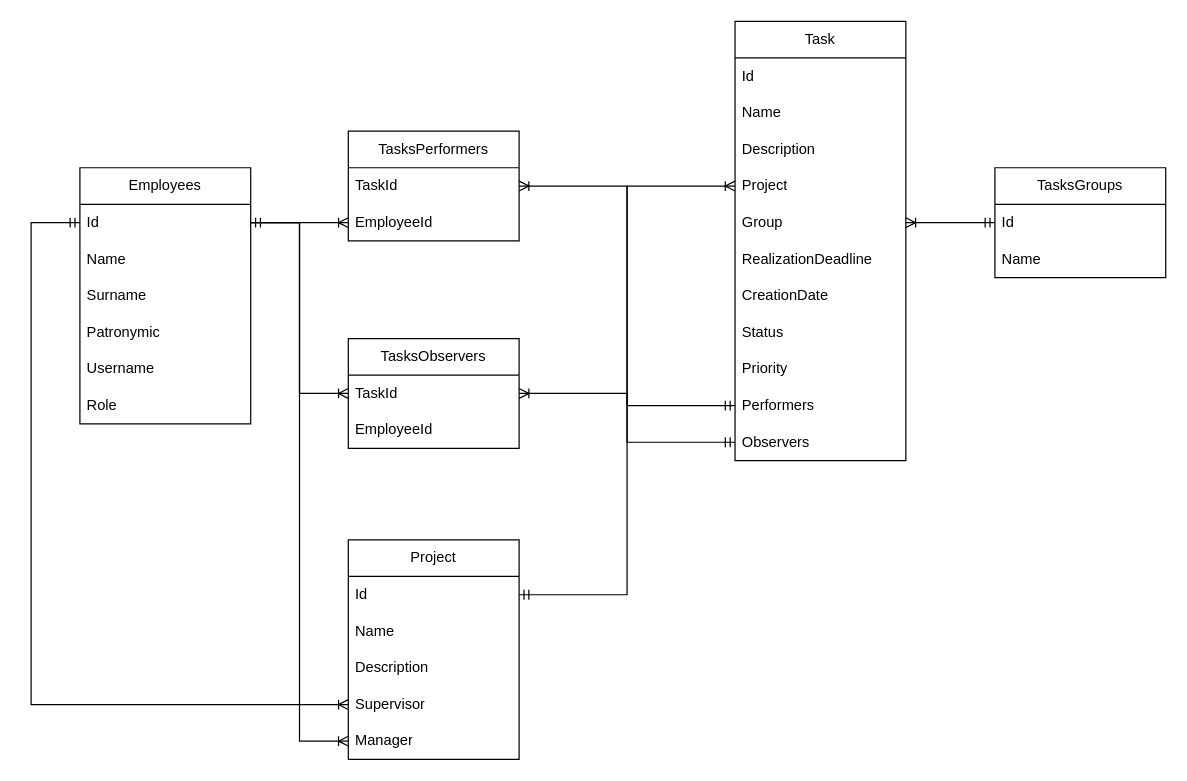
The draw.io diagram Relations.drawio in ISVMI/EmployeesTasksTracker, before the edit. Source tidied: cells renumbered, new cells numbered last; positions are measured from the earlier drawing's top-left corner, leaving out a move shared by most shapes. Both pictures are drawn from the tidied source at 122%, with x=0, y=0 at pixel (30, 21).
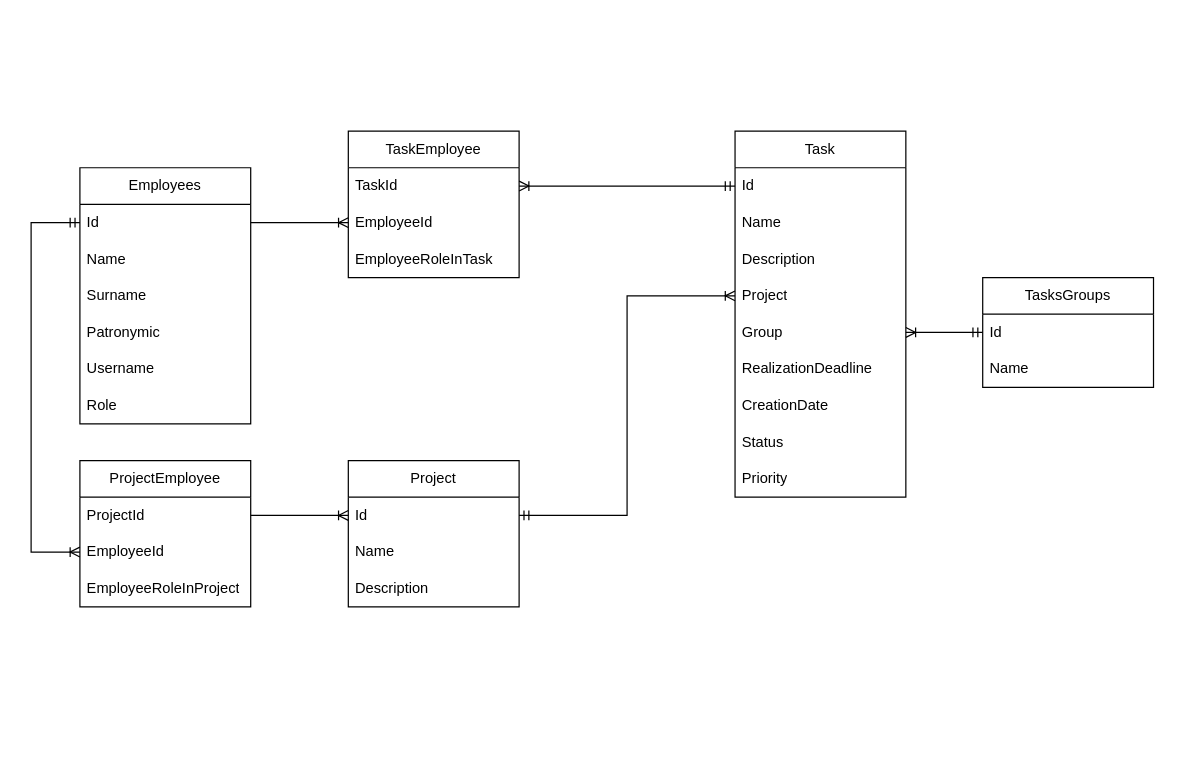
The same diagram, later.

The change refers to these unchanged cells:
```xml
<mxCell id="3" value="Id" style="text;strokeColor=none;fillColor=none;align=left;verticalAlign=middle;spacingLeft=4;spacingRight=4;overflow=hidden;points=[[0,0.5],[1,0.5]];portConstraint=eastwest;whiteSpace=wrap;html=1;" parent="2" vertex="1">
  <mxGeometry y="30" width="140" height="30" as="geometry" />
</mxCell>
<mxCell id="10" value="Id" style="text;strokeColor=none;fillColor=none;align=left;verticalAlign=middle;spacingLeft=4;spacingRight=4;overflow=hidden;points=[[0,0.5],[1,0.5]];portConstraint=eastwest;whiteSpace=wrap;html=1;" parent="9" vertex="1">
  <mxGeometry y="30" width="140" height="30" as="geometry" />
</mxCell>
<mxCell id="22" value="Id" style="text;strokeColor=none;fillColor=none;align=left;verticalAlign=middle;spacingLeft=4;spacingRight=4;overflow=hidden;points=[[0,0.5],[1,0.5]];portConstraint=eastwest;whiteSpace=wrap;html=1;" parent="21" vertex="1">
  <mxGeometry y="30" width="140" height="30" as="geometry" />
</mxCell>
<mxCell id="31" value="TaskId" style="text;strokeColor=none;fillColor=none;align=left;verticalAlign=middle;spacingLeft=4;spacingRight=4;overflow=hidden;points=[[0,0.5],[1,0.5]];portConstraint=eastwest;whiteSpace=wrap;html=1;" parent="30" vertex="1">
  <mxGeometry y="30" width="140" height="30" as="geometry" />
</mxCell>
```

Change to the diagram source:
```diff
@@
     <mxCell id="9" value="Task" style="swimlane;fontStyle=0;horizontal=1;startSize=30;whiteSpace=wrap;html=1;" parent="1" vertex="1">
-      <mxGeometry x="577" width="140" height="360" as="geometry" />
+      <mxGeometry x="577" y="90" width="140" height="300" as="geometry" />
     </mxCell>
@@
-    <mxCell id="19" value="Performers" style="text;strokeColor=none;fillColor=none;align=left;verticalAlign=middle;spacingLeft=4;spacingRight=4;overflow=hidden;points=[[0,0.5],[1,0.5]];portConstraint=eastwest;whiteSpace=wrap;html=1;" parent="9" vertex="1">
-      <mxGeometry y="300" width="140" height="30" as="geometry" />
-    </mxCell>
-    <mxCell id="20" value="Observers" style="text;strokeColor=none;fillColor=none;align=left;verticalAlign=middle;spacingLeft=4;spacingRight=4;overflow=hidden;points=[[0,0.5],[1,0.5]];portConstraint=eastwest;whiteSpace=wrap;html=1;" parent="9" vertex="1">
-      <mxGeometry y="330" width="140" height="30" as="geometry" />
-    </mxCell>
     <mxCell id="21" value="Project" style="swimlane;fontStyle=0;horizontal=1;startSize=30;whiteSpace=wrap;html=1;" parent="1" vertex="1">
-      <mxGeometry x="260" y="425" width="140" height="180" as="geometry" />
+      <mxGeometry x="260" y="360" width="140" height="120" as="geometry" />
     </mxCell>
@@
-    <mxCell id="25" value="Supervisor" style="text;strokeColor=none;fillColor=none;align=left;verticalAlign=middle;spacingLeft=4;spacingRight=4;overflow=hidden;points=[[0,0.5],[1,0.5]];portConstraint=eastwest;whiteSpace=wrap;html=1;" parent="21" vertex="1">
-      <mxGeometry y="120" width="140" height="30" as="geometry" />
-    </mxCell>
-    <mxCell id="26" value="Manager" style="text;strokeColor=none;fillColor=none;align=left;verticalAlign=middle;spacingLeft=4;spacingRight=4;overflow=hidden;points=[[0,0.5],[1,0.5]];portConstraint=eastwest;whiteSpace=wrap;html=1;" parent="21" vertex="1">
-      <mxGeometry y="150" width="140" height="30" as="geometry" />
-    </mxCell>
     <mxCell id="27" value="TasksGroups" style="swimlane;fontStyle=0;horizontal=1;startSize=30;whiteSpace=wrap;html=1;" parent="1" vertex="1">
-      <mxGeometry x="790" y="120" width="140" height="90" as="geometry" />
+      <mxGeometry x="780" y="210" width="140" height="90" as="geometry" />
     </mxCell>
@@
-    <mxCell id="30" value="TasksPerformers" style="swimlane;fontStyle=0;horizontal=1;startSize=30;whiteSpace=wrap;html=1;" parent="1" vertex="1">
-      <mxGeometry x="260" y="90" width="140" height="90" as="geometry" />
+    <mxCell id="30" value="TaskEmployee" style="swimlane;fontStyle=0;horizontal=1;startSize=30;whiteSpace=wrap;html=1;" parent="1" vertex="1">
+      <mxGeometry x="260" y="90" width="140" height="120" as="geometry" />
     </mxCell>
@@
+    <mxCell id="44" value="EmployeeRoleInTask" style="text;strokeColor=none;fillColor=none;align=left;verticalAlign=middle;spacingLeft=4;spacingRight=4;overflow=hidden;whiteSpace=wrap;html=1;" parent="30" vertex="1">
+      <mxGeometry y="90" width="140" height="30" as="geometry" />
+    </mxCell>
@@
-    <mxCell id="35" value="TasksObservers" style="swimlane;fontStyle=0;horizontal=1;startSize=30;whiteSpace=wrap;html=1;" parent="1" vertex="1">
-      <mxGeometry x="260" y="260" width="140" height="90" as="geometry" />
-    </mxCell>
-    <mxCell id="36" value="TaskId" style="text;strokeColor=none;fillColor=none;align=left;verticalAlign=middle;spacingLeft=4;spacingRight=4;overflow=hidden;points=[[0,0.5],[1,0.5]];portConstraint=eastwest;whiteSpace=wrap;html=1;" parent="35" vertex="1">
-      <mxGeometry y="30" width="140" height="30" as="geometry" />
-    </mxCell>
-    <mxCell id="37" value="EmployeeId" style="text;strokeColor=none;fillColor=none;align=left;verticalAlign=middle;spacingLeft=4;spacingRight=4;overflow=hidden;points=[[0,0.5],[1,0.5]];portConstraint=eastwest;whiteSpace=wrap;html=1;" parent="35" vertex="1">
-      <mxGeometry y="60" width="140" height="30" as="geometry" />
-    </mxCell>
-    <mxCell id="38" style="edgeStyle=orthogonalEdgeStyle;rounded=0;jettySize=auto;html=1;entryX=0;entryY=0.5;entryDx=0;entryDy=0;endArrow=ERoneToMany;endFill=0;startArrow=ERmandOne;startFill=0;" parent="1" edge="1" source="3" target="25">
+    <mxCell id="38" style="edgeStyle=orthogonalEdgeStyle;rounded=0;jettySize=auto;html=1;entryX=0;entryY=0.5;entryDx=0;entryDy=0;endArrow=ERoneToMany;endFill=0;startArrow=ERmandOne;startFill=0;" parent="1" edge="1" source="3" target="37">
       <mxGeometry relative="1" as="geometry">
         <Array as="points">
           <mxPoint y="165" />
-          <mxPoint y="560" />
+          <mxPoint y="435" />
         </Array>
       </mxGeometry>
     </mxCell>
-    <mxCell id="39" style="edgeStyle=orthogonalEdgeStyle;rounded=0;jettySize=auto;html=1;endArrow=ERoneToMany;endFill=0;" parent="1" edge="1" source="3" target="26">
+    <mxCell id="39" style="edgeStyle=orthogonalEdgeStyle;rounded=0;jettySize=auto;html=1;endArrow=ERoneToMany;endFill=0;exitX=1;exitY=0.5;exitDx=0;exitDy=0;entryX=0;entryY=0.5;entryDx=0;entryDy=0;" parent="1" edge="1" source="46" target="22">
       <mxGeometry relative="1" as="geometry" />
     </mxCell>
-    <mxCell id="40" style="edgeStyle=orthogonalEdgeStyle;rounded=0;jettySize=auto;html=1;entryX=0;entryY=0.5;entryDx=0;entryDy=0;endArrow=ERoneToMany;endFill=0;startArrow=ERmandOne;startFill=0;" parent="1" edge="1" source="3" target="36">
-      <mxGeometry relative="1" as="geometry" />
-    </mxCell>
@@
-    <mxCell id="42" style="edgeStyle=orthogonalEdgeStyle;rounded=0;jettySize=auto;html=1;entryX=1;entryY=0.5;entryDx=0;entryDy=0;endArrow=ERoneToMany;endFill=0;startArrow=ERmandOne;startFill=0;" parent="1" edge="1" source="19" target="31">
-      <mxGeometry relative="1" as="geometry" />
+    <mxCell id="42" style="edgeStyle=orthogonalEdgeStyle;rounded=0;jettySize=auto;html=1;entryX=1;entryY=0.5;entryDx=0;entryDy=0;endArrow=ERoneToMany;endFill=0;startArrow=ERmandOne;startFill=0;exitX=0;exitY=0.5;exitDx=0;exitDy=0;" parent="1" edge="1" source="10" target="31">
+      <mxGeometry relative="1" as="geometry">
+        <Array as="points">
+          <mxPoint x="577" y="135" />
+        </Array>
+      </mxGeometry>
     </mxCell>
-    <mxCell id="43" style="edgeStyle=orthogonalEdgeStyle;rounded=0;jettySize=auto;html=1;entryX=1;entryY=0.5;entryDx=0;entryDy=0;endArrow=ERoneToMany;endFill=0;startArrow=ERmandOne;startFill=0;" parent="1" edge="1" source="20" target="36">
-      <mxGeometry relative="1" as="geometry" />
-    </mxCell>
+    <mxCell id="45" value="ProjectEmployee" style="swimlane;fontStyle=0;horizontal=1;startSize=30;whiteSpace=wrap;html=1;" parent="1" vertex="1">
+      <mxGeometry x="40" y="360" width="140" height="120" as="geometry" />
+    </mxCell>
+    <mxCell id="46" value="ProjectId" style="text;strokeColor=none;fillColor=none;align=left;verticalAlign=middle;spacingLeft=4;spacingRight=4;overflow=hidden;points=[[0,0.5],[1,0.5]];portConstraint=eastwest;whiteSpace=wrap;html=1;" parent="45" vertex="1">
+      <mxGeometry y="30" width="140" height="30" as="geometry" />
+    </mxCell>
+    <mxCell id="37" value="EmployeeId" style="text;strokeColor=none;fillColor=none;align=left;verticalAlign=middle;spacingLeft=4;spacingRight=4;overflow=hidden;points=[[0,0.5],[1,0.5]];portConstraint=eastwest;whiteSpace=wrap;html=1;" parent="45" vertex="1">
+      <mxGeometry y="60" width="140" height="30" as="geometry" />
+    </mxCell>
+    <mxCell id="47" value="EmployeeRoleInProject" style="text;strokeColor=none;fillColor=none;align=left;verticalAlign=middle;spacingLeft=4;spacingRight=4;overflow=hidden;whiteSpace=wrap;html=1;" parent="45" vertex="1">
+      <mxGeometry y="90" width="140" height="30" as="geometry" />
+    </mxCell>
```
